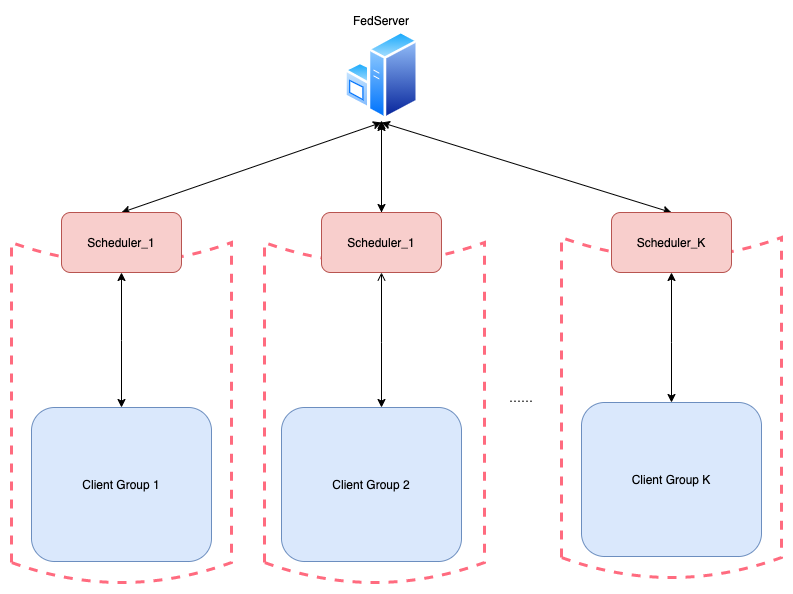
Above: docs/imgs/fedlab-hierarchical.png in SMILELab-FL/FedLab (draw.io), before the change. Source tidied: cells renumbered, new cells last; positions are measured from the earlier drawing's top-left corner, leaving out a move shared by most shapes.
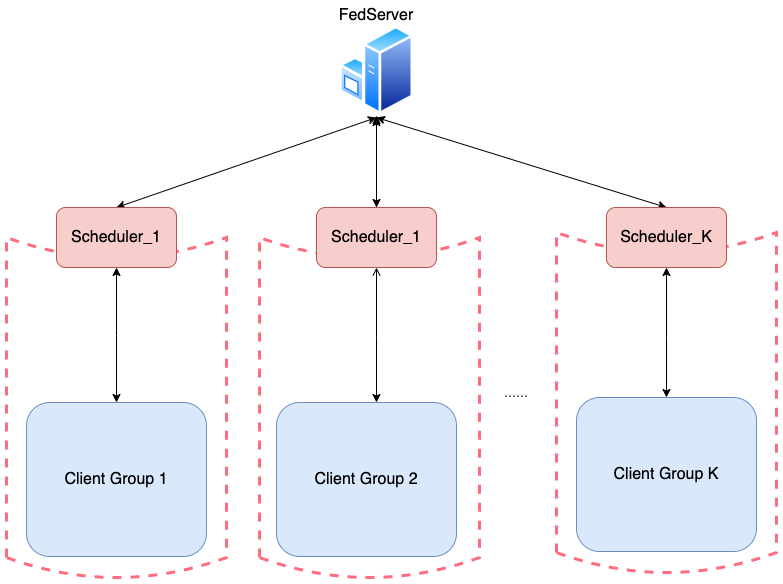
Above is the later version.

The edit, as a diff of the source:
```diff
@@ -11,7 +11,7 @@
     <mxCell id="4" style="shape=dataStorage;whiteSpace=wrap;html=1;fixedSize=1;fillColor=none;rotation=-90;dashed=1;strokeColor=#FF6B7F;strokeWidth=3;" parent="1" vertex="1">
       <mxGeometry x="253" y="292" width="340" height="220" as="geometry" />
     </mxCell>
-    <mxCell id="5" value="Client Group 2" style="whiteSpace=wrap;html=1;align=center;verticalAlign=middle;newEdgeStyle={&quot;edgeStyle&quot;:&quot;elbowEdgeStyle&quot;,&quot;startArrow&quot;:&quot;none&quot;,&quot;endArrow&quot;:&quot;none&quot;};fillColor=#dae8fc;strokeColor=#6c8ebf;rounded=1;" parent="1" vertex="1">
+    <mxCell id="5" value="&lt;font style=&quot;font-size: 16px&quot;&gt;Client Group 2&lt;/font&gt;" style="whiteSpace=wrap;html=1;align=center;verticalAlign=middle;newEdgeStyle={&quot;edgeStyle&quot;:&quot;elbowEdgeStyle&quot;,&quot;startArrow&quot;:&quot;none&quot;,&quot;endArrow&quot;:&quot;none&quot;};fillColor=#dae8fc;strokeColor=#6c8ebf;rounded=1;" parent="1" vertex="1">
       <mxGeometry x="330" y="397" width="180" height="154" as="geometry" />
     </mxCell>
     <mxCell id="6" style="edgeStyle=elbowEdgeStyle;elbow=vertical;startArrow=open;endArrow=classic;rounded=0;exitX=0.5;exitY=1;exitDx=0;exitDy=0;startFill=0;endFill=1;" parent="1" edge="1" source="17" target="5">
@@ -21,13 +21,13 @@
         </Array>
       </mxGeometry>
     </mxCell>
-    <mxCell id="7" value="Client Group 1" style="whiteSpace=wrap;html=1;align=center;verticalAlign=middle;newEdgeStyle={&quot;edgeStyle&quot;:&quot;elbowEdgeStyle&quot;,&quot;startArrow&quot;:&quot;none&quot;,&quot;endArrow&quot;:&quot;none&quot;};fillColor=#dae8fc;strokeColor=#6c8ebf;rounded=1;" parent="1" vertex="1">
+    <mxCell id="7" value="&lt;font style=&quot;font-size: 16px&quot;&gt;Client Group 1&lt;/font&gt;" style="whiteSpace=wrap;html=1;align=center;verticalAlign=middle;newEdgeStyle={&quot;edgeStyle&quot;:&quot;elbowEdgeStyle&quot;,&quot;startArrow&quot;:&quot;none&quot;,&quot;endArrow&quot;:&quot;none&quot;};fillColor=#dae8fc;strokeColor=#6c8ebf;rounded=1;" parent="1" vertex="1">
       <mxGeometry x="80" y="397" width="180" height="154" as="geometry" />
     </mxCell>
     <mxCell id="8" style="edgeStyle=elbowEdgeStyle;elbow=vertical;startArrow=classic;endArrow=classic;rounded=0;exitX=0.5;exitY=1;exitDx=0;exitDy=0;startFill=1;endFill=1;" parent="1" edge="1" source="15" target="7">
       <mxGeometry relative="1" as="geometry" />
     </mxCell>
-    <mxCell id="9" value="Client Group K" style="whiteSpace=wrap;html=1;align=center;verticalAlign=middle;newEdgeStyle={&quot;edgeStyle&quot;:&quot;elbowEdgeStyle&quot;,&quot;startArrow&quot;:&quot;none&quot;,&quot;endArrow&quot;:&quot;none&quot;};fillColor=#dae8fc;strokeColor=#6c8ebf;rounded=1;" parent="1" vertex="1">
+    <mxCell id="9" value="&lt;font style=&quot;font-size: 16px&quot;&gt;Client Group K&lt;/font&gt;" style="whiteSpace=wrap;html=1;align=center;verticalAlign=middle;newEdgeStyle={&quot;edgeStyle&quot;:&quot;elbowEdgeStyle&quot;,&quot;startArrow&quot;:&quot;none&quot;,&quot;endArrow&quot;:&quot;none&quot;};fillColor=#dae8fc;strokeColor=#6c8ebf;rounded=1;" parent="1" vertex="1">
       <mxGeometry x="630" y="392" width="180" height="154" as="geometry" />
     </mxCell>
     <mxCell id="10" style="edgeStyle=elbowEdgeStyle;elbow=vertical;startArrow=classic;endArrow=classic;rounded=0;exitX=0.5;exitY=1;exitDx=0;exitDy=0;entryX=0.5;entryY=0;entryDx=0;entryDy=0;startFill=1;endFill=1;" parent="1" edge="1" source="18" target="9">
@@ -55,22 +55,22 @@
     <mxCell id="14" value="……" style="text;html=1;strokeColor=none;fillColor=none;align=center;verticalAlign=middle;whiteSpace=wrap;rounded=0;" parent="1" vertex="1">
       <mxGeometry x="550" y="377" width="40" height="20" as="geometry" />
     </mxCell>
-    <mxCell id="15" value="Scheduler_1" style="whiteSpace=wrap;html=1;align=center;newEdgeStyle={&quot;edgeStyle&quot;:&quot;elbowEdgeStyle&quot;,&quot;startArrow&quot;:&quot;none&quot;,&quot;endArrow&quot;:&quot;none&quot;};fillColor=#f8cecc;strokeColor=#b85450;rounded=1;" parent="1" vertex="1">
+    <mxCell id="15" value="&lt;font style=&quot;font-size: 16px&quot;&gt;Scheduler_1&lt;/font&gt;" style="whiteSpace=wrap;html=1;align=center;newEdgeStyle={&quot;edgeStyle&quot;:&quot;elbowEdgeStyle&quot;,&quot;startArrow&quot;:&quot;none&quot;,&quot;endArrow&quot;:&quot;none&quot;};fillColor=#f8cecc;strokeColor=#b85450;rounded=1;" parent="1" vertex="1">
       <mxGeometry x="110" y="202" width="120" height="60" as="geometry" />
     </mxCell>
     <mxCell id="16" style="edgeStyle=orthogonalEdgeStyle;rounded=0;jettySize=auto;html=1;startArrow=classic;startFill=1;endArrow=classic;endFill=1;" parent="1" edge="1" source="17" target="19">
       <mxGeometry relative="1" as="geometry" />
     </mxCell>
-    <mxCell id="17" value="Scheduler_1" style="whiteSpace=wrap;html=1;align=center;newEdgeStyle={&quot;edgeStyle&quot;:&quot;elbowEdgeStyle&quot;,&quot;startArrow&quot;:&quot;none&quot;,&quot;endArrow&quot;:&quot;none&quot;};fillColor=#f8cecc;strokeColor=#b85450;rounded=1;" parent="1" vertex="1">
+    <mxCell id="17" value="&lt;font style=&quot;font-size: 16px&quot;&gt;Scheduler_1&lt;/font&gt;" style="whiteSpace=wrap;html=1;align=center;newEdgeStyle={&quot;edgeStyle&quot;:&quot;elbowEdgeStyle&quot;,&quot;startArrow&quot;:&quot;none&quot;,&quot;endArrow&quot;:&quot;none&quot;};fillColor=#f8cecc;strokeColor=#b85450;rounded=1;" parent="1" vertex="1">
       <mxGeometry x="370" y="202" width="120" height="60" as="geometry" />
     </mxCell>
-    <mxCell id="18" value="Scheduler_K" style="whiteSpace=wrap;html=1;align=center;newEdgeStyle={&quot;edgeStyle&quot;:&quot;elbowEdgeStyle&quot;,&quot;startArrow&quot;:&quot;none&quot;,&quot;endArrow&quot;:&quot;none&quot;};fillColor=#f8cecc;strokeColor=#b85450;rounded=1;" parent="1" vertex="1">
+    <mxCell id="18" value="&lt;font style=&quot;font-size: 16px&quot;&gt;Scheduler_K&lt;/font&gt;" style="whiteSpace=wrap;html=1;align=center;newEdgeStyle={&quot;edgeStyle&quot;:&quot;elbowEdgeStyle&quot;,&quot;startArrow&quot;:&quot;none&quot;,&quot;endArrow&quot;:&quot;none&quot;};fillColor=#f8cecc;strokeColor=#b85450;rounded=1;" parent="1" vertex="1">
       <mxGeometry x="660" y="202" width="120" height="60" as="geometry" />
     </mxCell>
     <mxCell id="19" style="perimeter=ellipsePerimeter;html=1;align=center;shadow=0;dashed=0;spacingTop=3;image;image=img/lib/active_directory/windows_server.svg;rounded=0;strokeColor=#000000;strokeWidth=3;fillColor=#A9C4EB;gradientColor=none;" parent="1" vertex="1">
       <mxGeometry x="393.1" y="20" width="73.8" height="90" as="geometry" />
     </mxCell>
-    <mxCell id="20" value="FedServer" style="text;html=1;strokeColor=none;fillColor=none;align=center;verticalAlign=middle;whiteSpace=wrap;rounded=0;" parent="1" vertex="1">
+    <mxCell id="20" value="&lt;font style=&quot;font-size: 16px&quot;&gt;FedServer&lt;/font&gt;" style="text;html=1;strokeColor=none;fillColor=none;align=center;verticalAlign=middle;whiteSpace=wrap;rounded=0;" parent="1" vertex="1">
       <mxGeometry x="377" width="106" height="20" as="geometry" />
     </mxCell>
   </root>
```
